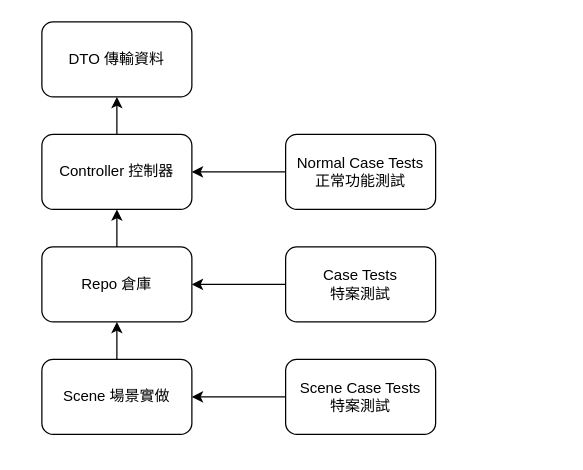
The draw.io diagram 未整理好的/Unity of TDD.drawio in aakwewaanaqa/learning-records, before the edit. Source tidied: cells renumbered, new cells numbered last; positions are measured from the earlier drawing's top-left corner, leaving out a move shared by most shapes. Both pictures are drawn from the tidied source at 125%, with x=0, y=0 at pixel (41, 21).
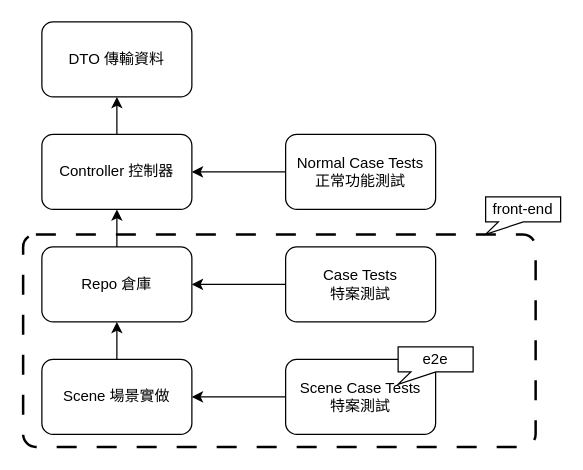
The same diagram, later.

The edit, as a diff of the source:
```diff
@@
 <mxGraphModel>
   <root>
     <mxCell id="0" />
     <mxCell id="1" parent="0" />
+    <mxCell id="15" style="rounded=1;whiteSpace=wrap;html=1;arcSize=6;fontColor=default;labelBackgroundColor=none;fillColor=none;dashed=1;dashPattern=8 8;strokeWidth=2;" parent="1" vertex="1">
+      <mxGeometry x="-15" y="170" width="410" height="170" as="geometry" />
+    </mxCell>
     <mxCell id="2" value="DTO 傳輸資料" style="rounded=1;whiteSpace=wrap;html=1;fillColor=light-dark(#FFFFFF,#FFFFFF);fontColor=light-dark(#000000,#000000);" parent="1" vertex="1">
       <mxGeometry width="120" height="60" as="geometry" />
     </mxCell>
     <mxCell id="3" style="edgeStyle=orthogonalEdgeStyle;rounded=0;jettySize=auto;html=1;entryX=0.5;entryY=1;entryDx=0;entryDy=0;" parent="1" edge="1" source="4" target="2">
       <mxGeometry relative="1" as="geometry" />
     </mxCell>
     <mxCell id="4" value="Controller 控制器" style="rounded=1;whiteSpace=wrap;html=1;fillColor=light-dark(#FFFFFF,#FFFFFF);fontColor=light-dark(#000000,#000000);" parent="1" vertex="1">
       <mxGeometry y="90" width="120" height="60" as="geometry" />
     </mxCell>
     <mxCell id="5" style="edgeStyle=orthogonalEdgeStyle;rounded=0;jettySize=auto;html=1;entryX=0.5;entryY=1;entryDx=0;entryDy=0;" parent="1" edge="1" source="6" target="4">
       <mxGeometry relative="1" as="geometry" />
     </mxCell>
     <mxCell id="6" value="Repo 倉庫" style="rounded=1;whiteSpace=wrap;html=1;fillColor=light-dark(#FFFFFF,#FFFFFF);fontColor=light-dark(#000000,#000000);" parent="1" vertex="1">
       <mxGeometry y="180" width="120" height="60" as="geometry" />
     </mxCell>
     <mxCell id="7" style="edgeStyle=orthogonalEdgeStyle;rounded=0;jettySize=auto;html=1;entryX=0.5;entryY=1;entryDx=0;entryDy=0;" parent="1" edge="1" source="8" target="6">
       <mxGeometry relative="1" as="geometry" />
     </mxCell>
     <mxCell id="8" value="Scene 場景實做" style="rounded=1;whiteSpace=wrap;html=1;fillColor=light-dark(#FFFFFF,#FFFFFF);fontColor=light-dark(#000000,#000000);" parent="1" vertex="1">
       <mxGeometry y="270" width="120" height="60" as="geometry" />
     </mxCell>
     <mxCell id="9" style="edgeStyle=orthogonalEdgeStyle;rounded=0;jettySize=auto;html=1;entryX=1;entryY=0.5;entryDx=0;entryDy=0;" parent="1" edge="1" source="10" target="8">
       <mxGeometry relative="1" as="geometry" />
     </mxCell>
-    <mxCell id="10" value="Scene Case Tests&lt;div&gt;特案測試&lt;/div&gt;" style="rounded=1;whiteSpace=wrap;html=1;fillColor=light-dark(#FFFFFF,#FFFFFF);fontColor=light-dark(#000000,#000000);glass=0;shadow=0;" parent="1" vertex="1">
+    <mxCell id="10" value="Scene Case Tests&lt;div&gt;特案測試&lt;/div&gt;" style="rounded=1;whiteSpace=wrap;html=1;fillColor=light-dark(#FFFFFF,#989898);fontColor=light-dark(#000000,#000000);glass=0;shadow=0;" parent="1" vertex="1">
       <mxGeometry x="195" y="270" width="120" height="60" as="geometry" />
     </mxCell>
     <mxCell id="11" style="edgeStyle=orthogonalEdgeStyle;rounded=0;jettySize=auto;html=1;" parent="1" edge="1" source="12" target="4">
       <mxGeometry relative="1" as="geometry" />
     </mxCell>
-    <mxCell id="12" value="&lt;div&gt;Normal Case Tests&lt;/div&gt;&lt;div&gt;正常功能測試&lt;/div&gt;" style="rounded=1;whiteSpace=wrap;html=1;fillColor=light-dark(#FFFFFF,#FFFFFF);fontColor=light-dark(#000000,#000000);" parent="1" vertex="1">
+    <mxCell id="12" value="&lt;div&gt;Normal Case Tests&lt;/div&gt;&lt;div&gt;正常功能測試&lt;/div&gt;" style="rounded=1;whiteSpace=wrap;html=1;fillColor=light-dark(#FFFFFF,#989898);fontColor=light-dark(#000000,#000000);" parent="1" vertex="1">
       <mxGeometry x="195" y="90" width="120" height="60" as="geometry" />
     </mxCell>
     <mxCell id="13" style="edgeStyle=orthogonalEdgeStyle;rounded=0;jettySize=auto;html=1;" parent="1" edge="1" source="14" target="6">
       <mxGeometry relative="1" as="geometry" />
     </mxCell>
-    <mxCell id="14" value="Case Tests&lt;div&gt;特案測試&lt;/div&gt;" style="rounded=1;whiteSpace=wrap;html=1;fillColor=light-dark(#FFFFFF,#FFFFFF);fontColor=light-dark(#000000,#000000);glass=0;shadow=0;" parent="1" vertex="1">
+    <mxCell id="14" value="&lt;div&gt;Case Tests&lt;/div&gt;&lt;div&gt;特案測試&lt;/div&gt;" style="rounded=1;whiteSpace=wrap;html=1;fillColor=light-dark(#FFFFFF,#989898);fontColor=light-dark(#000000,#000000);glass=0;shadow=0;" parent="1" vertex="1">
       <mxGeometry x="195" y="180" width="120" height="60" as="geometry" />
     </mxCell>
+    <mxCell id="16" value="e2e" style="shape=callout;whiteSpace=wrap;html=1;perimeter=calloutPerimeter;position2=0;size=10;position=0.17;fillColor=light-dark(#FFFFFF,#FFF600);fontColor=light-dark(#000000,#000000);strokeColor=light-dark(#000000,#000000);" parent="1" vertex="1">
+      <mxGeometry x="285" y="260" width="60" height="30" as="geometry" />
+    </mxCell>
+    <mxCell id="17" value="front-end" style="shape=callout;whiteSpace=wrap;html=1;perimeter=calloutPerimeter;position2=0;size=10;position=0.17;fillColor=none;fontColor=light-dark(#000000,#DFDFDF);" parent="1" vertex="1">
+      <mxGeometry x="355" y="140" width="60" height="30" as="geometry" />
+    </mxCell>
   </root>
 </mxGraphModel>
```
